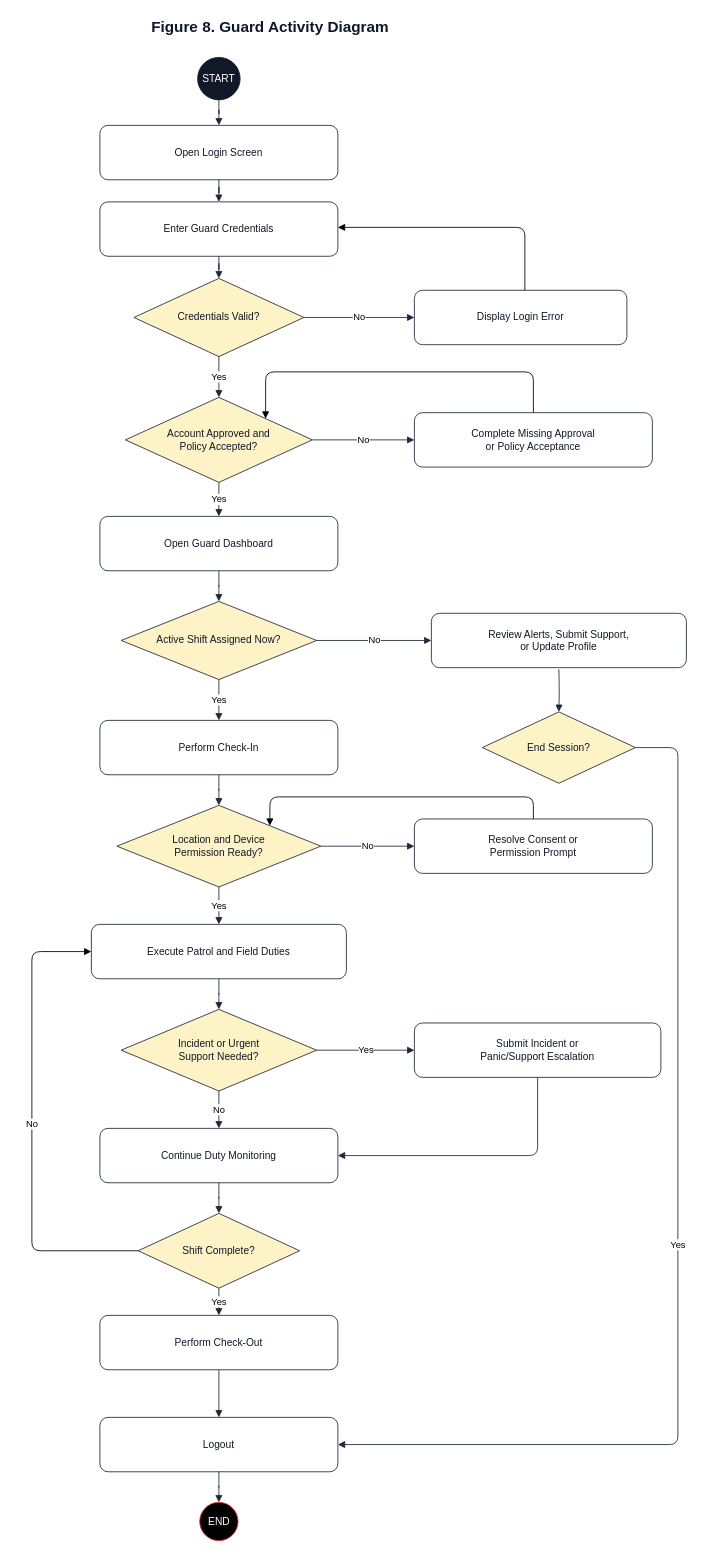
Before: docs/diagrams/activity/guard-activity-diagram.drawio in dwaytu/Capstone-Main, a draw.io diagram. Source tidied: cells renumbered, new cells numbered last; positions are measured from the earlier drawing's top-left corner, leaving out a move shared by most shapes. Both pictures are drawn from the tidied source at 85%, with x=0, y=0 at pixel (14, 14).
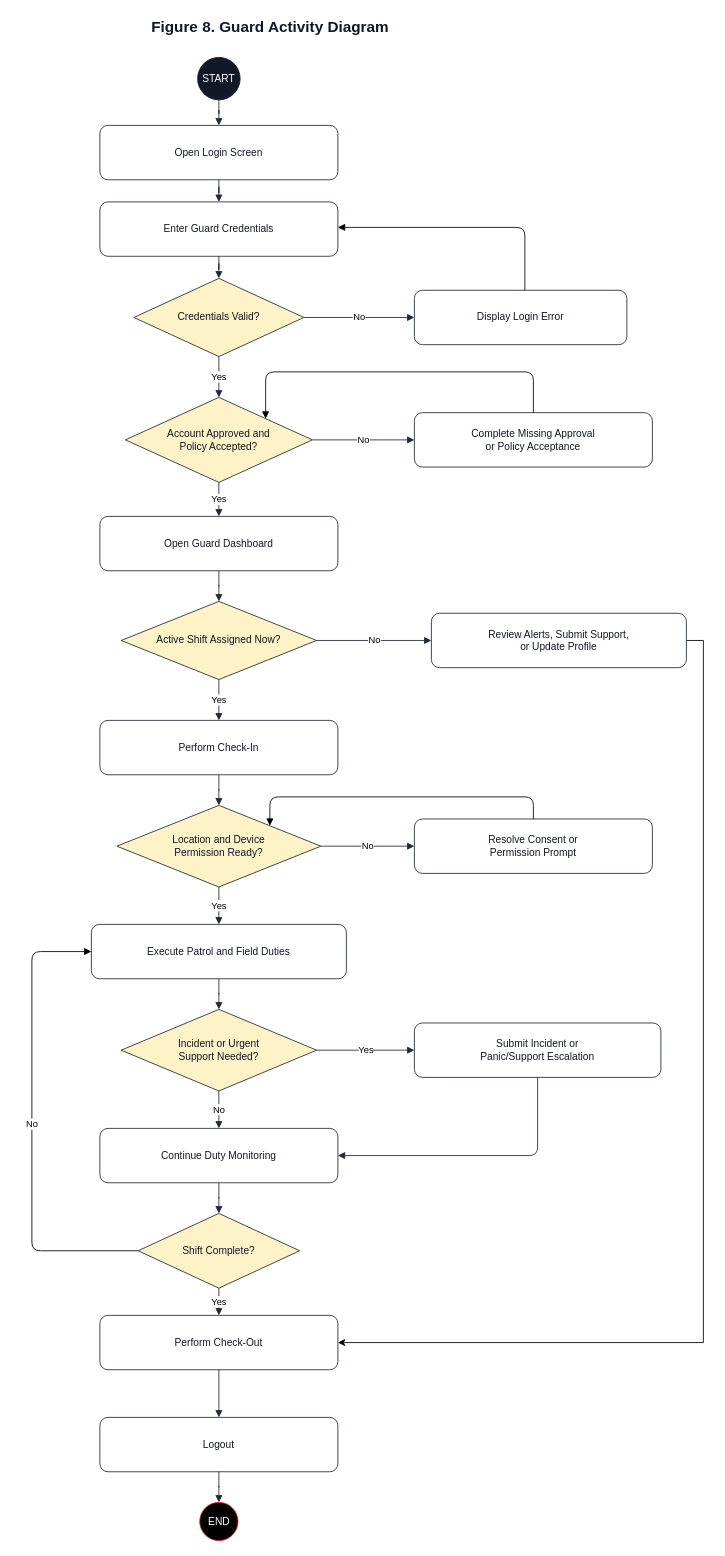
The same page after the edit.

Commit message (it also covers changes not shown here):
docs: update capstone defense guide and activity diagrams

The change refers to these unchanged cells:
```xml
<mxCell id="12" value="Review Alerts, Submit Support,&#10;or Update Profile" style="rounded=1;whiteSpace=wrap;html=1;fillColor=#ffffff;strokeColor=#1f2937;fontColor=#111827;" parent="1" vertex="1">
  <mxGeometry x="490" y="704" width="300" height="64" as="geometry" />
</mxCell>
<mxCell id="14" value="Logout" style="rounded=1;whiteSpace=wrap;html=1;fillColor=#ffffff;strokeColor=#1f2937;fontColor=#111827;" parent="1" vertex="1">
  <mxGeometry x="100" y="1650" width="280" height="64" as="geometry" />
</mxCell>
<mxCell id="24" value="Perform Check-Out" style="rounded=1;whiteSpace=wrap;html=1;fillColor=#ffffff;strokeColor=#1f2937;fontColor=#111827;" parent="1" vertex="1">
  <mxGeometry x="100" y="1530" width="280" height="64" as="geometry" />
</mxCell>
```

What changed in the source:
```diff
@@
+    <mxCell id="52" style="edgeStyle=orthogonalEdgeStyle;rounded=0;jettySize=auto;html=1;entryX=1;entryY=0.5;entryDx=0;entryDy=0;strokeColor=light-dark(#000000,#000000);exitX=1;exitY=0.5;exitDx=0;exitDy=0;" parent="1" edge="1" source="12" target="24">
+      <mxGeometry relative="1" as="geometry">
+        <Array as="points">
+          <mxPoint x="810" y="736" />
+          <mxPoint x="810" y="1562" />
+        </Array>
+      </mxGeometry>
+    </mxCell>
@@
-    <mxCell id="13" value="End Session?" style="rhombus;whiteSpace=wrap;html=1;fillColor=#fef3c7;strokeColor=#1f2937;fontColor=#111827;" parent="1" vertex="1">
-      <mxGeometry x="550" y="820" width="180" height="84" as="geometry" />
-    </mxCell>
@@
-    <mxCell id="36" style="edgeStyle=orthogonalEdgeStyle;rounded=1;jettySize=auto;html=1;endArrow=block;endFill=1;strokeColor=#1f2937;" parent="1" edge="1" target="13">
-      <mxGeometry relative="1" as="geometry">
-        <mxPoint x="640" y="770" as="sourcePoint" />
-      </mxGeometry>
-    </mxCell>
-    <mxCell id="37" value="Yes" style="edgeStyle=orthogonalEdgeStyle;rounded=1;jettySize=auto;html=1;endArrow=block;endFill=1;strokeColor=#1f2937;exitX=1;exitY=0.5;exitDx=0;exitDy=0;" parent="1" edge="1" source="13" target="14">
-      <mxGeometry relative="1" as="geometry">
-        <Array as="points">
-          <mxPoint x="780" y="862" />
-          <mxPoint x="780" y="1682" />
-        </Array>
-      </mxGeometry>
-    </mxCell>
```
